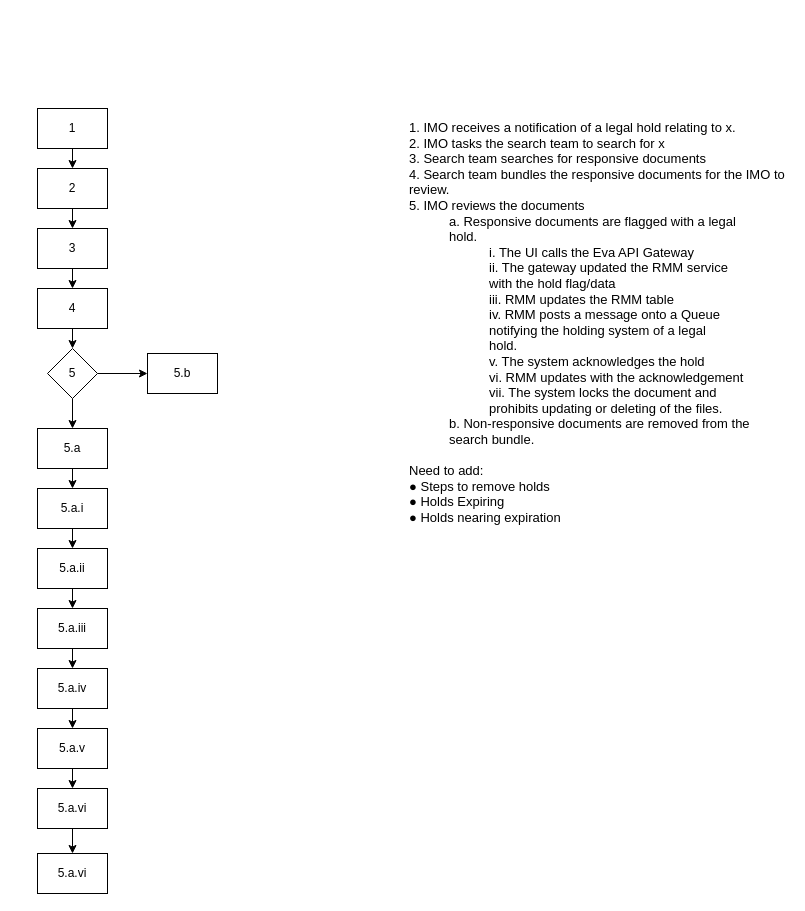
Above: page "Legal Holds" (2 of 5) of Drawings/Workflows.drawio in flare891/rmslow (draw.io), before the change. Source tidied: cells renumbered, new cells numbered last; positions are measured from the earlier drawing's top-left corner, leaving out a move shared by most shapes. Both pictures are drawn from the tidied source at 100%, with x=0, y=0 at pixel (37, 108).
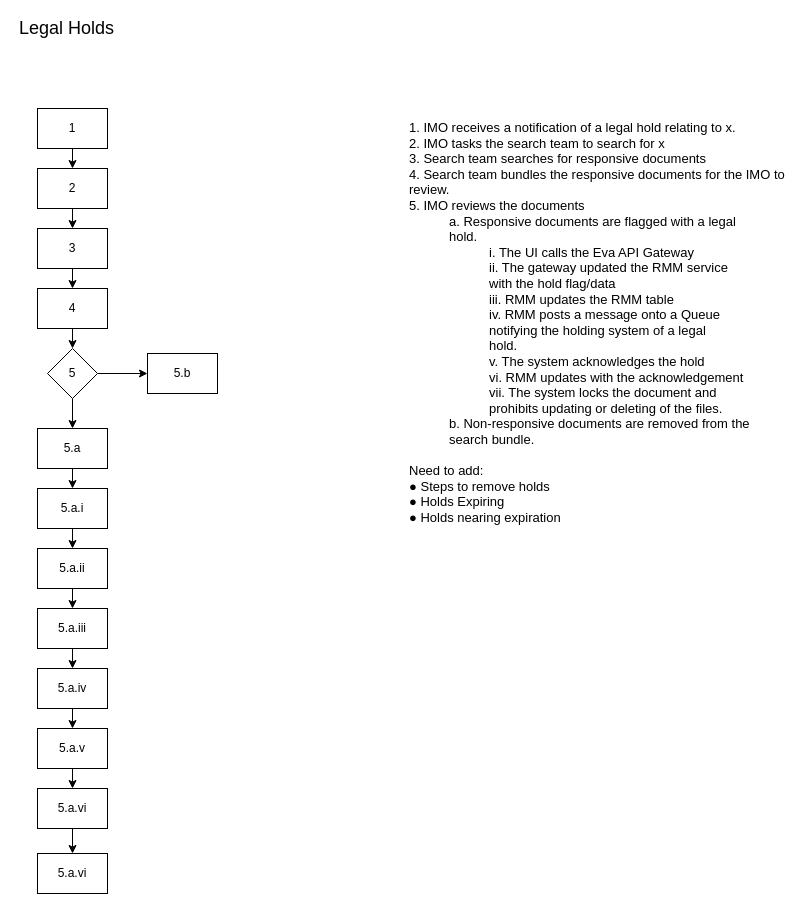
The same diagram, later.

What changed in the source:
```diff
@@
+    <mxCell id="30" value="Legal Holds" style="text;html=1;strokeColor=none;fillColor=none;align=left;verticalAlign=middle;whiteSpace=wrap;rounded=0;fontSize=18;" parent="1" vertex="1">
+      <mxGeometry x="-20" y="-90" width="200" height="20" as="geometry" />
+    </mxCell>
```
